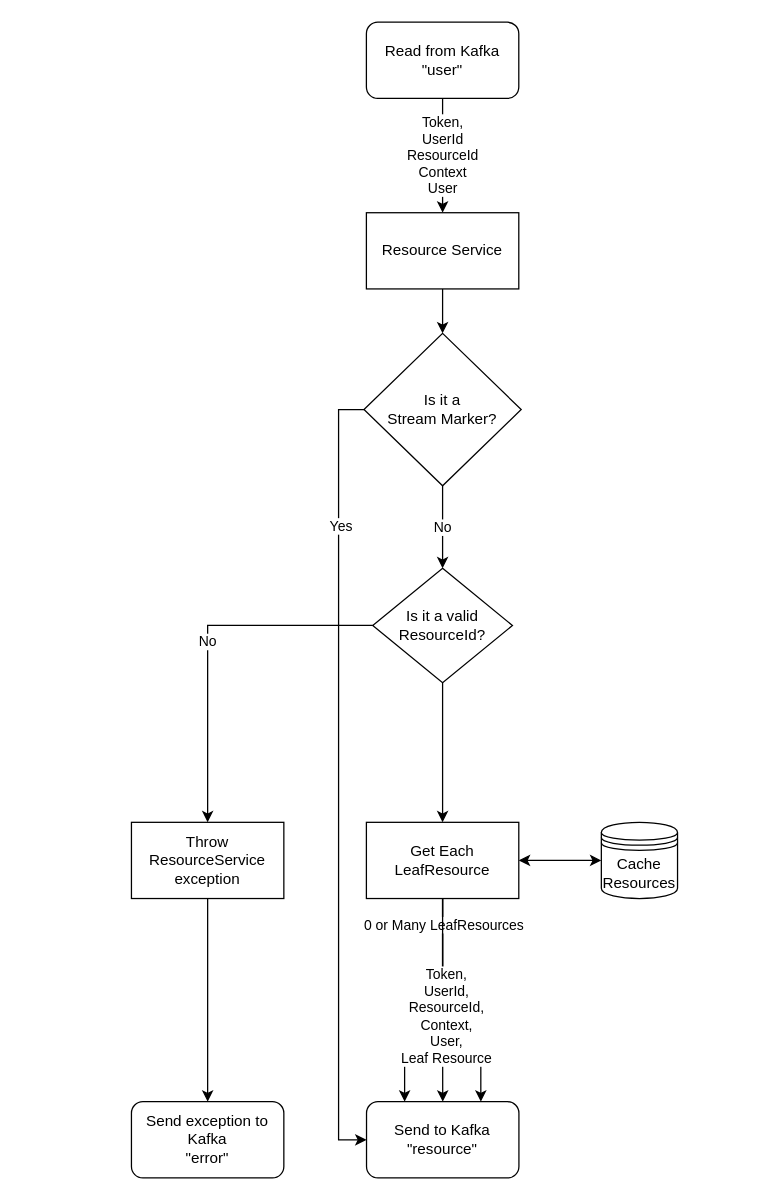
Before: resource-service/doc/resource-service.drawio in gchq/Palisade-services, a draw.io diagram. Source tidied: cells renumbered, new cells numbered last; positions are measured from the earlier drawing's top-left corner, leaving out a move shared by most shapes. Both pictures are drawn from the tidied source at 127%, with x=0, y=0 at pixel (131, 22).
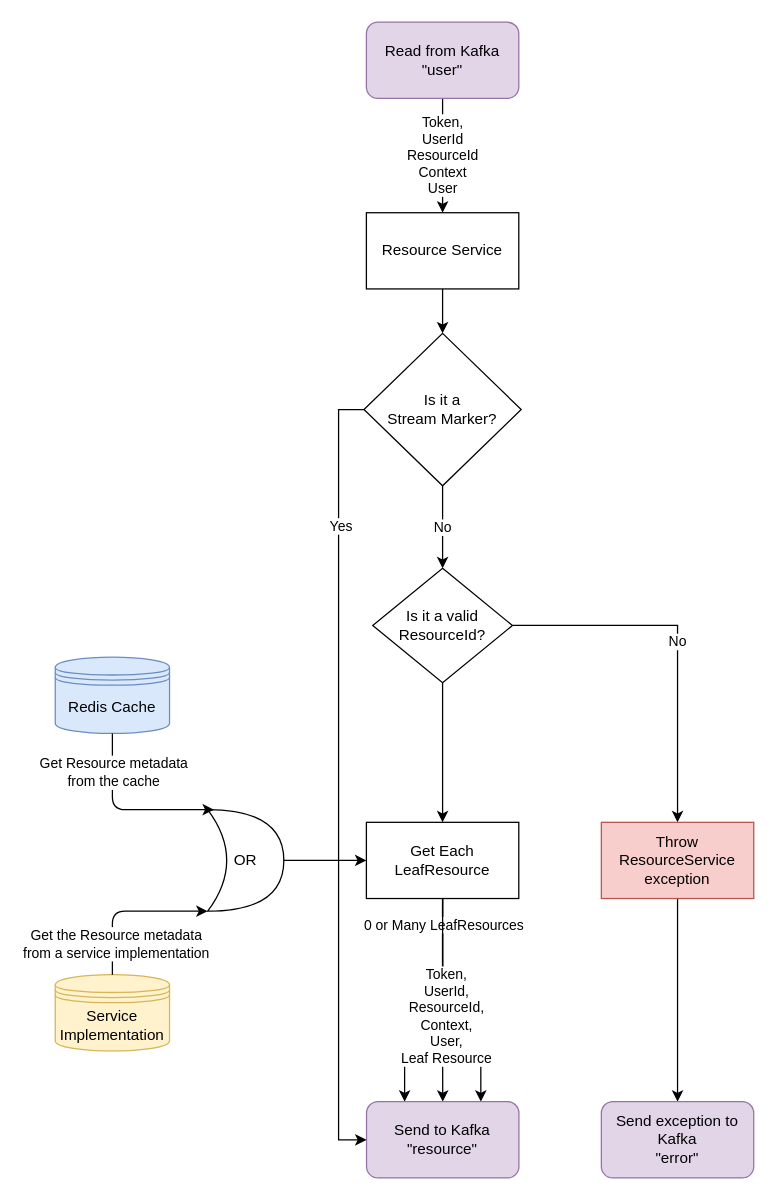
The same diagram, later.

Commit message (it also covers changes not shown here):
PAL-1090 updated resource-service diagrams, palisade policy and resource service readmes updated

The change refers to these unchanged cells:
```xml
<mxCell id="9" value="Is it a valid ResourceId?" style="rhombus;whiteSpace=wrap;html=1;" parent="1" vertex="1">
  <mxGeometry x="190" y="430" width="110" height="90" as="geometry" />
</mxCell>
<mxCell id="15" value="Get Each LeafResource" style="rounded=0;whiteSpace=wrap;html=1;" parent="1" vertex="1">
  <mxGeometry x="185" y="630" width="120" height="60" as="geometry" />
</mxCell>
```

What changed in the source:
```diff
@@
-<mxGraphModel>
+<mxGraphModel background="#FFFFFF">
@@
-    <mxCell id="8" value="No" style="edgeStyle=orthogonalEdgeStyle;rounded=0;jettySize=auto;html=1;exitX=0;exitY=0.5;exitDx=0;exitDy=0;" parent="1" edge="1" source="9" target="11">
+    <mxCell id="8" value="No" style="edgeStyle=orthogonalEdgeStyle;rounded=0;jettySize=auto;html=1;exitX=1;exitY=0.5;exitDx=0;exitDy=0;" parent="1" edge="1" source="9" target="11">
       <mxGeometry relative="1" as="geometry" />
     </mxCell>
@@
-    <mxCell id="11" value="Throw ResourceService exception" style="rounded=0;whiteSpace=wrap;html=1;" parent="1" vertex="1">
-      <mxGeometry y="630" width="120" height="60" as="geometry" />
+    <mxCell id="11" value="Throw ResourceService exception" style="rounded=0;whiteSpace=wrap;html=1;fillColor=#f8cecc;strokeColor=#b85450;" parent="1" vertex="1">
+      <mxGeometry x="370" y="630" width="120" height="60" as="geometry" />
     </mxCell>
@@
-    <mxCell id="14" style="edgeStyle=orthogonalEdgeStyle;rounded=0;jettySize=auto;html=1;exitX=1;exitY=0.5;exitDx=0;exitDy=0;entryX=0;entryY=0.5;entryDx=0;entryDy=0;startArrow=classic;startFill=1;" parent="1" edge="1" source="15" target="24">
-      <mxGeometry relative="1" as="geometry" />
-    </mxCell>
@@
-    <mxCell id="16" value="&lt;div&gt;&lt;span&gt;Send exception to Kafka&lt;/span&gt;&lt;/div&gt;&lt;div&gt;&lt;span&gt;&quot;error&quot;&lt;br&gt;&lt;/span&gt;&lt;/div&gt;" style="rounded=1;whiteSpace=wrap;html=1;" parent="1" vertex="1">
-      <mxGeometry y="850" width="120" height="60" as="geometry" />
+    <mxCell id="16" value="&lt;div&gt;&lt;span&gt;Send exception to Kafka&lt;/span&gt;&lt;/div&gt;&lt;div&gt;&lt;span&gt;&quot;error&quot;&lt;br&gt;&lt;/span&gt;&lt;/div&gt;" style="rounded=1;whiteSpace=wrap;html=1;fillColor=#e1d5e7;strokeColor=#9673a6;" parent="1" vertex="1">
+      <mxGeometry x="370" y="850" width="120" height="60" as="geometry" />
     </mxCell>
@@
-    <mxCell id="18" value="&lt;div&gt;Read from Kafka&lt;/div&gt;&lt;div&gt;&quot;user&quot;&lt;br&gt;&lt;/div&gt;" style="rounded=1;whiteSpace=wrap;html=1;" parent="1" vertex="1">
+    <mxCell id="18" value="&lt;div&gt;Read from Kafka&lt;/div&gt;&lt;div&gt;&quot;user&quot;&lt;br&gt;&lt;/div&gt;" style="rounded=1;whiteSpace=wrap;html=1;fillColor=#e1d5e7;strokeColor=#9673a6;" parent="1" vertex="1">
       <mxGeometry x="185" width="120" height="60" as="geometry" />
     </mxCell>
-    <mxCell id="19" value="&lt;div&gt;Send to Kafka&lt;/div&gt;&lt;div&gt;&quot;resource&quot;&lt;br&gt;&lt;/div&gt;" style="rounded=1;whiteSpace=wrap;html=1;" parent="1" vertex="1">
+    <mxCell id="19" value="&lt;div&gt;Send to Kafka&lt;/div&gt;&lt;div&gt;&quot;resource&quot;&lt;br&gt;&lt;/div&gt;" style="rounded=1;whiteSpace=wrap;html=1;fillColor=#e1d5e7;strokeColor=#9673a6;" parent="1" vertex="1">
       <mxGeometry x="185.1" y="850" width="120" height="60" as="geometry" />
     </mxCell>
@@
-    <mxCell id="24" value="&lt;div&gt;Cache&lt;/div&gt;&lt;div&gt;Resources&lt;br&gt;&lt;/div&gt;" style="shape=datastore;whiteSpace=wrap;html=1;" parent="1" vertex="1">
-      <mxGeometry x="370" y="630" width="60" height="60" as="geometry" />
+    <mxCell id="24" value="&lt;div&gt;Redis Cache&lt;/div&gt;" style="shape=datastore;whiteSpace=wrap;html=1;fillColor=#dae8fc;strokeColor=#6c8ebf;" parent="1" vertex="1">
+      <mxGeometry x="-60" y="500" width="90" height="60" as="geometry" />
     </mxCell>
+    <mxCell id="25" value="&lt;div&gt;Service Implementation&lt;/div&gt;" style="shape=datastore;whiteSpace=wrap;html=1;fillColor=#fff2cc;strokeColor=#d6b656;" parent="1" vertex="1">
+      <mxGeometry x="-60" y="750" width="90" height="60" as="geometry" />
+    </mxCell>
+    <mxCell id="26" value="OR" style="shape=xor;whiteSpace=wrap;html=1;" parent="1" vertex="1">
+      <mxGeometry x="60" y="620" width="60" height="80" as="geometry" />
+    </mxCell>
+    <mxCell id="27" style="endArrow=classic;html=1;exitX=0.5;exitY=1;exitDx=0;exitDy=0;entryX=0.083;entryY=0;entryDx=0;entryDy=0;entryPerimeter=0;" parent="1" edge="1" source="24" target="26">
+      <mxGeometry relative="1" as="geometry">
+        <Array as="points">
+          <mxPoint x="-15" y="620" />
+        </Array>
+      </mxGeometry>
+    </mxCell>
+    <mxCell id="28" value="Get Resource metadata&lt;br&gt;from the cache" style="edgeLabel;html=1;align=center;verticalAlign=middle;" parent="27" vertex="1">
+      <mxGeometry x="-0.37" relative="1" as="geometry">
+        <mxPoint y="-14" as="offset" />
+      </mxGeometry>
+    </mxCell>
+    <mxCell id="29" style="endArrow=classic;html=1;exitX=0.5;exitY=0;exitDx=0;exitDy=0;entryX=1;entryY=0.5;entryDx=0;entryDy=0;" parent="1" edge="1" source="25">
+      <mxGeometry relative="1" as="geometry">
+        <mxPoint x="60" y="700" as="targetPoint" />
+        <Array as="points">
+          <mxPoint x="-15" y="700" />
+        </Array>
+      </mxGeometry>
+    </mxCell>
+    <mxCell id="30" value="Get the Resource metadata&lt;br&gt;from a service implementation" style="edgeLabel;html=1;align=center;verticalAlign=middle;" parent="29" vertex="1">
+      <mxGeometry x="-0.6" y="-2" relative="1" as="geometry" />
+    </mxCell>
+    <mxCell id="31" style="endArrow=classic;html=1;entryX=0;entryY=0.5;entryDx=0;entryDy=0;exitX=1;exitY=0.5;exitDx=0;exitDy=0;exitPerimeter=0;" parent="1" edge="1" source="26" target="15">
+      <mxGeometry relative="1" as="geometry" />
+    </mxCell>
```
